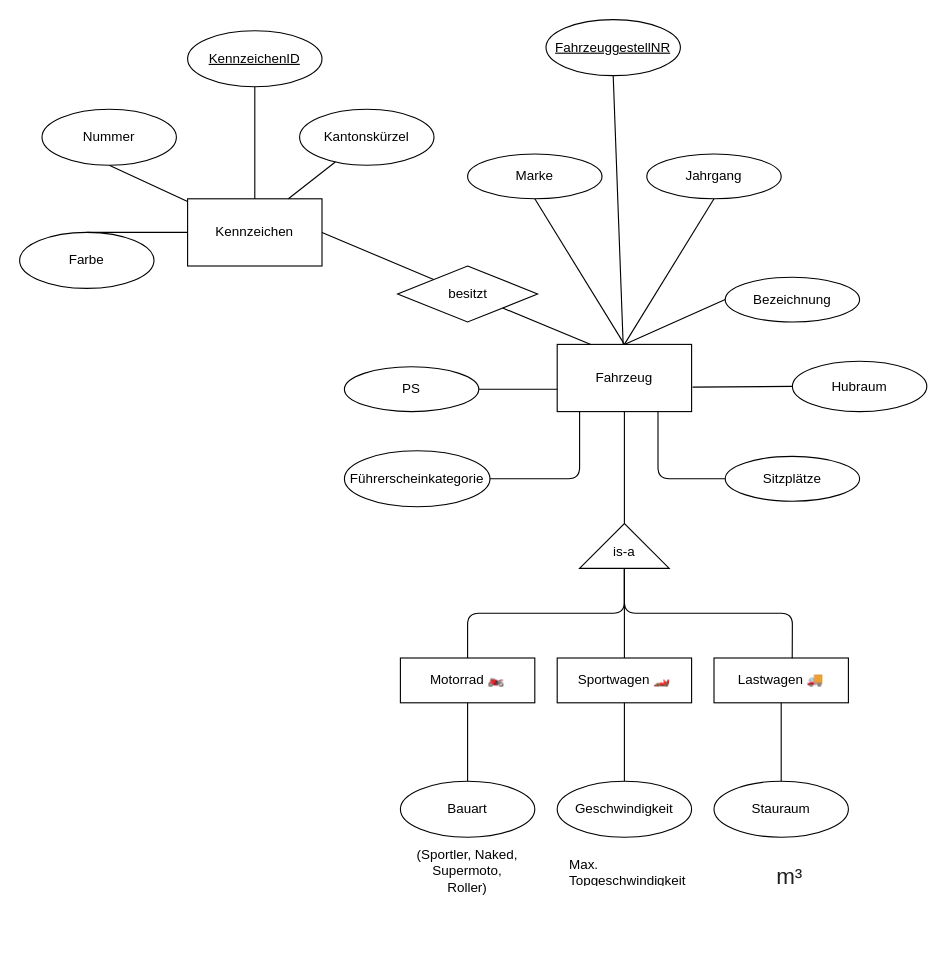
Earlier version of the draw.io diagram 1.LJ/M162/02 ER-Modell/6.1 Erweitertes ER Modell Fahrzeuge/6.1 Fahrzeugtypen V2.drawio (RubeldiRubelda/BBZW_Arbeitsbl-tter_und_Cheat_Sheets_INA). Source tidied: cells renumbered, new cells numbered last; positions are measured from the earlier drawing's top-left corner, leaving out a move shared by most shapes. Both pictures are drawn from the tidied source at 112%, with x=0, y=0 at pixel (19, 19).
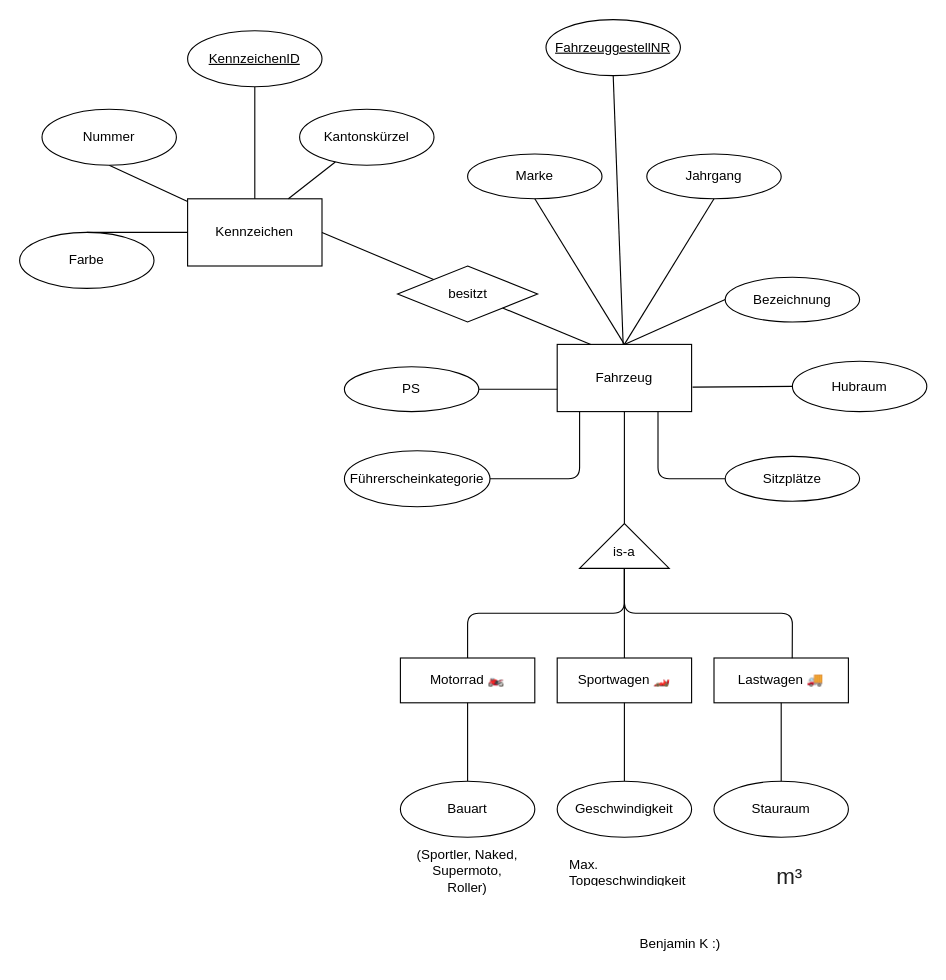
The same page after the edit.

What changed in the source:
```diff
@@
+    <mxCell id="49" value="Benjamin K :)" style="text;html=1;align=center;verticalAlign=middle;whiteSpace=wrap;rounded=0;" parent="1" vertex="1">
+      <mxGeometry x="490" y="810" width="200" height="30" as="geometry" />
+    </mxCell>
```
